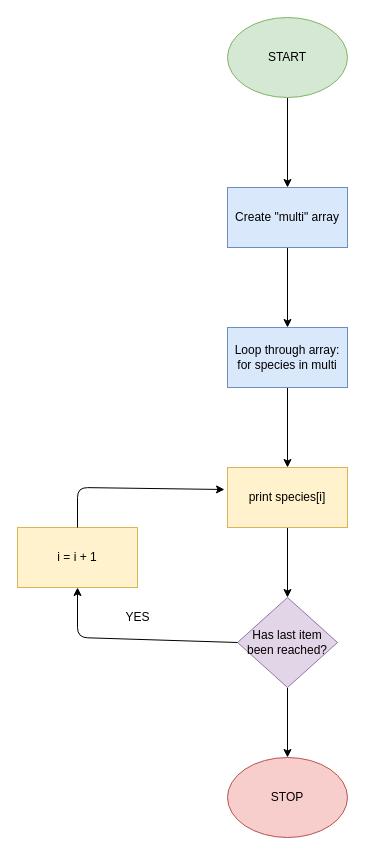
Above: forloop.drawio in mortgad/ProgrammingForHumanities (draw.io), before the change. Source tidied: cells renumbered, new cells numbered last; positions are measured from the earlier drawing's top-left corner, leaving out a move shared by most shapes. Both pictures are drawn from the tidied source at 100%, with x=0, y=0 at pixel (17, 17).
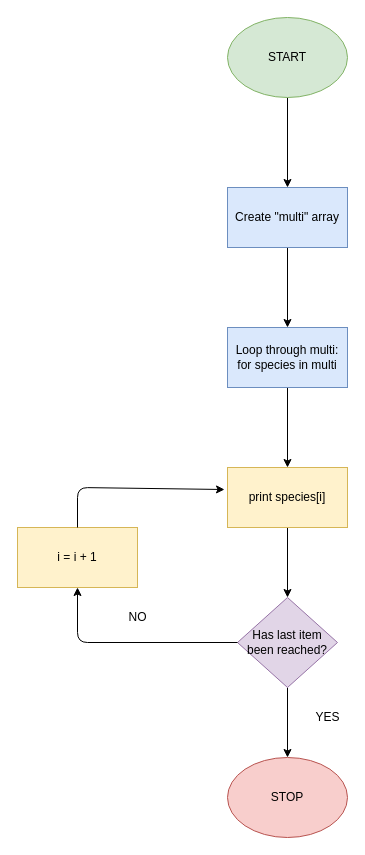
The same page after the edit.

Unchanged cells that the change refers to:
```xml
<mxCell id="11" value="Has last item been reached?" style="rhombus;whiteSpace=wrap;html=1;fillColor=#e1d5e7;strokeColor=#9673a6;" parent="1" vertex="1">
  <mxGeometry x="220" y="580" width="100" height="90" as="geometry" />
</mxCell>
<mxCell id="15" value="i = i + 1" style="rounded=0;whiteSpace=wrap;html=1;fillColor=#fff2cc;strokeColor=#d6b656;" parent="1" vertex="1">
  <mxGeometry y="510" width="120" height="60" as="geometry" />
</mxCell>
```

Change to the diagram source:
```diff
@@
-    <mxCell id="7" value="Loop through array:&lt;br&gt;for species in multi" style="whiteSpace=wrap;html=1;fillColor=#dae8fc;strokeColor=#6c8ebf;" parent="1" vertex="1">
+    <mxCell id="7" value="Loop through multi:&lt;br&gt;for species in multi" style="whiteSpace=wrap;html=1;fillColor=#dae8fc;strokeColor=#6c8ebf;" parent="1" vertex="1">
       <mxGeometry x="210" y="310" width="120" height="60" as="geometry" />
     </mxCell>
@@
     <mxCell id="13" style="endArrow=classic;html=1;exitX=0;exitY=0.5;exitDx=0;exitDy=0;" parent="1" edge="1" source="11" target="15">
       <mxGeometry relative="1" as="geometry">
         <Array as="points">
-          <mxPoint x="60" y="620" />
+          <mxPoint x="60" y="625" />
         </Array>
       </mxGeometry>
     </mxCell>
-    <mxCell id="14" value="YES" style="text;html=1;align=center;verticalAlign=middle;" parent="1" vertex="1">
-      <mxGeometry x="100" y="590" width="40" height="20" as="geometry" />
+    <mxCell id="14" value="NO&lt;br&gt;" style="text;html=1;align=center;verticalAlign=middle;" parent="1" vertex="1">
+      <mxGeometry x="105" y="590" width="30" height="20" as="geometry" />
     </mxCell>
@@
+    <mxCell id="17" value="YES" style="text;html=1;align=center;verticalAlign=middle;" parent="1" vertex="1">
+      <mxGeometry x="290" y="690" width="40" height="20" as="geometry" />
+    </mxCell>
```
